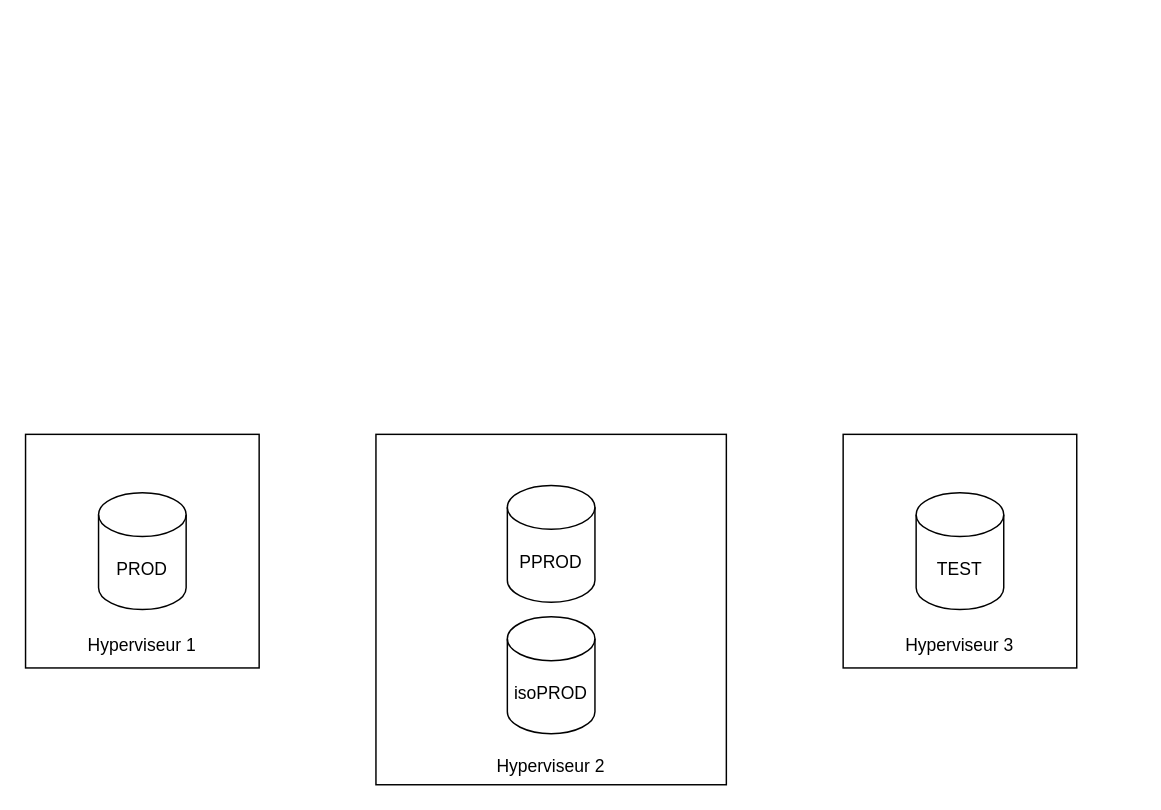
letroglo/TROGLO keeps this draw.io diagram as ARCHITECTURE/Diagramme sans nom.drawio. Above is the earlier version. Source tidied: cells renumbered, new cells numbered last; positions are measured from the earlier drawing's top-left corner, leaving out a move shared by most shapes. Both pictures are drawn from the tidied source at 146%, with x=0, y=0 at pixel (25, 434).
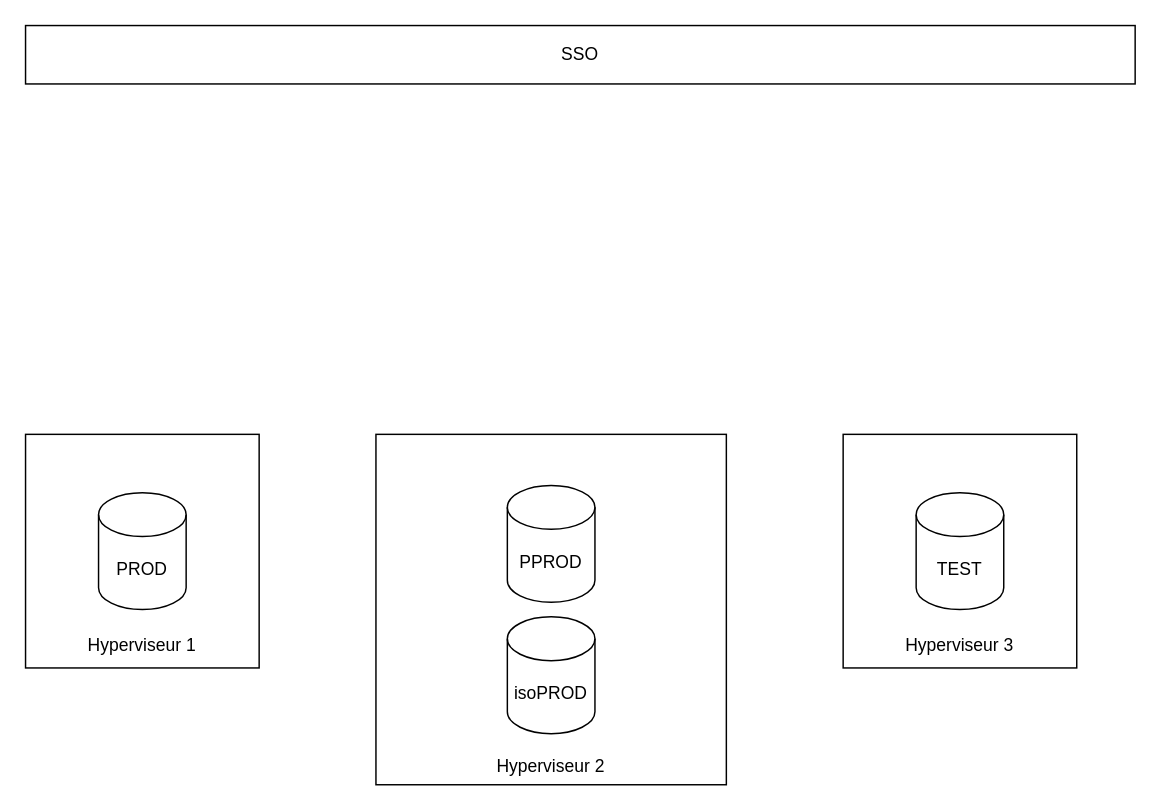
After the change.

Change to the diagram source:
```diff
@@
 <mxGraphModel>
   <root>
     <mxCell id="0" />
     <mxCell id="1" parent="0" />
     <mxCell id="2" value="&lt;br&gt;&lt;br&gt;&lt;br&gt;&lt;br&gt;&lt;br&gt;&lt;br&gt;&lt;br&gt;&lt;br&gt;&lt;br&gt;&lt;br&gt;&lt;br&gt;&lt;br&gt;&lt;br&gt;&lt;br&gt;&lt;br&gt;Hyperviseur 2" style="whiteSpace=wrap;html=1;" parent="1" vertex="1">
       <mxGeometry x="240" width="240" height="240" as="geometry" />
     </mxCell>
     <mxCell id="3" value="&lt;br&gt;&lt;br&gt;&lt;br&gt;&lt;br&gt;&lt;br&gt;&lt;br&gt;&lt;br&gt;&lt;br&gt;&lt;br&gt;Hyperviseur 3" style="whiteSpace=wrap;html=1;" parent="1" vertex="1">
       <mxGeometry x="560" width="160" height="160" as="geometry" />
     </mxCell>
     <mxCell id="4" value="TEST" style="shape=cylinder3;whiteSpace=wrap;html=1;boundedLbl=1;backgroundOutline=1;size=15;" parent="1" vertex="1">
       <mxGeometry x="610" y="40" width="60" height="80" as="geometry" />
     </mxCell>
     <mxCell id="5" value="PPROD" style="shape=cylinder3;whiteSpace=wrap;html=1;boundedLbl=1;backgroundOutline=1;size=15;" parent="1" vertex="1">
       <mxGeometry x="330" y="35" width="60" height="80" as="geometry" />
     </mxCell>
     <mxCell id="6" value="isoPROD" style="shape=cylinder3;whiteSpace=wrap;html=1;boundedLbl=1;backgroundOutline=1;size=15;" parent="1" vertex="1">
       <mxGeometry x="330" y="125" width="60" height="80" as="geometry" />
     </mxCell>
     <mxCell id="7" value="&lt;br&gt;&lt;br&gt;&lt;br&gt;&lt;br&gt;&lt;br&gt;&lt;br&gt;&lt;br&gt;&lt;br&gt;&lt;br&gt;Hyperviseur 1" style="whiteSpace=wrap;html=1;" parent="1" vertex="1">
       <mxGeometry width="160" height="160" as="geometry" />
     </mxCell>
     <mxCell id="8" value="PROD" style="shape=cylinder3;whiteSpace=wrap;html=1;boundedLbl=1;backgroundOutline=1;size=15;" parent="1" vertex="1">
       <mxGeometry x="50" y="40" width="60" height="80" as="geometry" />
     </mxCell>
+    <mxCell id="9" value="SSO" style="rounded=0;whiteSpace=wrap;html=1;" parent="1" vertex="1">
+      <mxGeometry y="-280" width="760" height="40" as="geometry" />
+    </mxCell>
   </root>
 </mxGraphModel>
```
